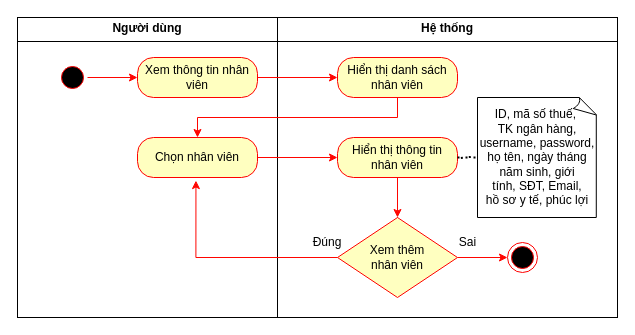
HaojackYT/DAA_SA keeps this draw.io diagram as Sơ đồ hoạt động UC xem thông tin nhân viên.drawio. Above is the earlier version. Source tidied: cells renumbered, new cells numbered last; positions are measured from the earlier drawing's top-left corner, leaving out a move shared by most shapes. Both pictures are drawn from the tidied source at 100%, with x=0, y=0 at pixel (17, 17).
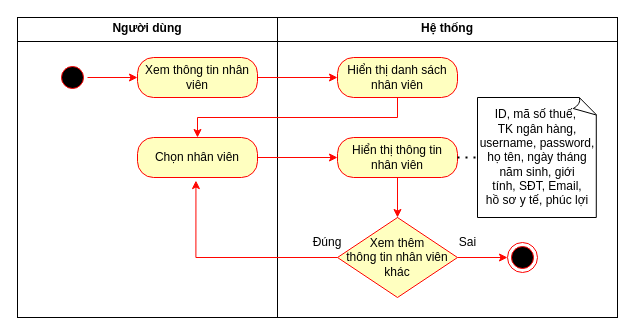
After the change.

Unchanged cells that the change refers to:
```xml
<mxCell id="14" value="Hiển thị thông tin nhân viên" style="rounded=1;whiteSpace=wrap;html=1;arcSize=40;fontColor=#000000;fillColor=#ffffc0;strokeColor=#ff0000;" parent="1" vertex="1">
  <mxGeometry x="320" y="120" width="120" height="40" as="geometry" />
</mxCell>
<mxCell id="15" value="ID, mã số thuế,&amp;nbsp;&lt;br&gt;TK ngân hàng,&lt;div&gt;username, password, họ tên,&amp;nbsp;&lt;span style=&quot;background-color: transparent; color: light-dark(rgb(0, 0, 0), rgb(255, 255, 255));&quot;&gt;ngày tháng&lt;/span&gt;&lt;/div&gt;&lt;div&gt;&lt;span style=&quot;background-color: transparent; color: light-dark(rgb(0, 0, 0), rgb(255, 255, 255));&quot;&gt;năm sinh,&amp;nbsp;&lt;/span&gt;&lt;span style=&quot;background-color: transparent; color: light-dark(rgb(0, 0, 0), rgb(255, 255, 255));&quot;&gt;giới tính,&amp;nbsp;&lt;/span&gt;&lt;span style=&quot;background-color: transparent; color: light-dark(rgb(0, 0, 0), rgb(255, 255, 255));&quot;&gt;SĐT, Email,&lt;/span&gt;&lt;/div&gt;&lt;div&gt;&lt;div&gt;&lt;div&gt;hồ sơ y tế, phúc lợi&lt;/div&gt;&lt;/div&gt;&lt;/div&gt;" style="whiteSpace=wrap;html=1;shape=mxgraph.basic.document;align=center;" parent="1" vertex="1">
  <mxGeometry x="460" y="80" width="120" height="120" as="geometry" />
</mxCell>
```

Diff of the diagram source:
```diff
@@
-    <mxCell id="17" style="endArrow=none;dashed=1;html=1;dashPattern=1 3;strokeWidth=2;rounded=0;exitX=1.028;exitY=0.512;exitDx=0;exitDy=0;exitPerimeter=0;entryX=-0.029;entryY=0.492;entryDx=0;entryDy=0;entryPerimeter=0;" parent="1" edge="1" source="14" target="15">
-      <mxGeometry relative="1" as="geometry" />
-    </mxCell>
-    <mxCell id="18" value="Xem thêm&lt;br&gt;nhân viên" style="rhombus;whiteSpace=wrap;html=1;fontColor=#000000;fillColor=#ffffc0;strokeColor=#FF0000;" parent="1" vertex="1">
+    <mxCell id="18" value="Xem thêm&lt;br&gt;thông tin nhân viên khác" style="rhombus;whiteSpace=wrap;html=1;fontColor=#000000;fillColor=#ffffc0;strokeColor=#FF0000;" parent="1" vertex="1">
       <mxGeometry x="320" y="200" width="120" height="80" as="geometry" />
     </mxCell>
@@
-    <mxCell id="23" style="endArrow=none;dashed=1;html=1;dashPattern=1 3;strokeWidth=2;rounded=0;entryX=0;entryY=0.5;entryDx=0;entryDy=0;entryPerimeter=0;" parent="1" edge="1" target="15">
-      <mxGeometry relative="1" as="geometry">
-        <mxPoint x="440" y="140" as="sourcePoint" />
-      </mxGeometry>
-    </mxCell>
+    <mxCell id="24" style="endArrow=none;dashed=1;html=1;dashPattern=1 3;strokeWidth=2;rounded=0;entryX=0;entryY=0.5;entryDx=0;entryDy=0;entryPerimeter=0;" parent="1" edge="1" target="15">
+      <mxGeometry relative="1" as="geometry">
+        <mxPoint x="440" y="140" as="sourcePoint" />
+      </mxGeometry>
+    </mxCell>
```
